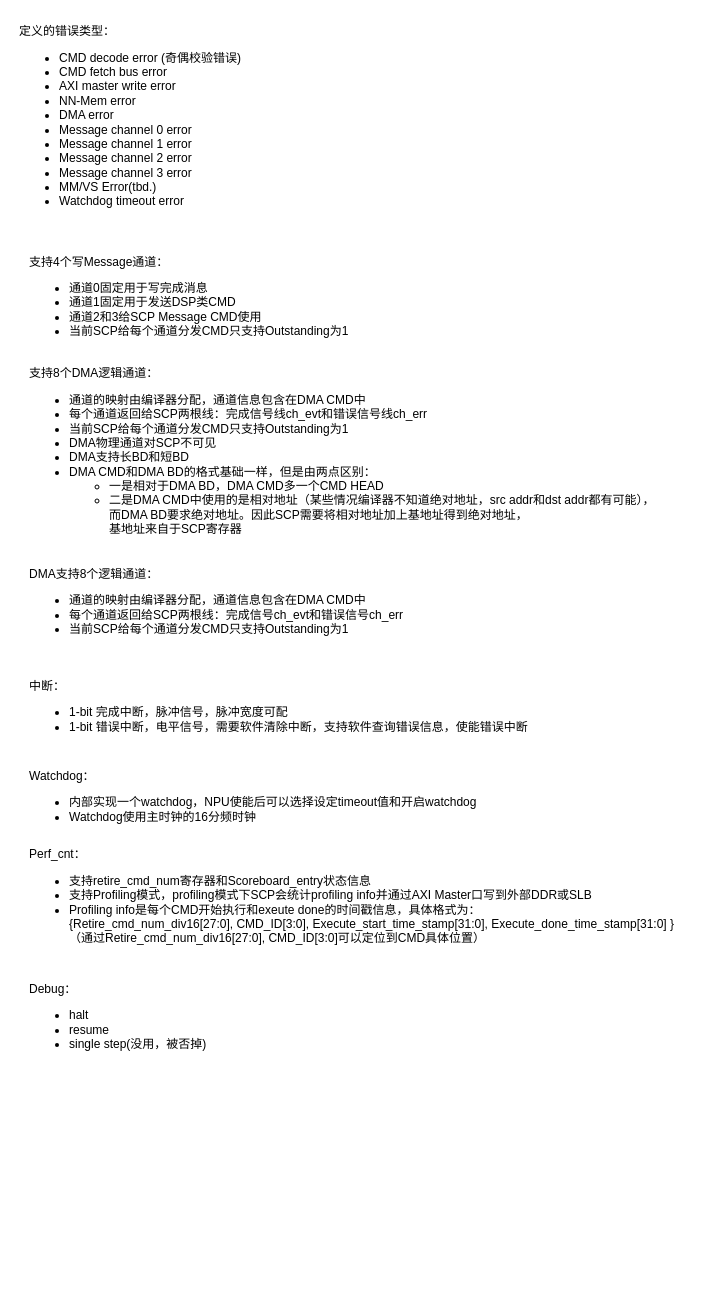
HelmutXie/blake2 keeps this draw.io diagram as page "Error type" (9 of 10) of SCP.drawio. Above is the earlier version. Source tidied: cells renumbered, new cells numbered last; positions are measured from the earlier drawing's top-left corner, leaving out a move shared by most shapes. Both pictures are drawn from the tidied source at 100%, with x=0, y=0 at pixel (17, 17).
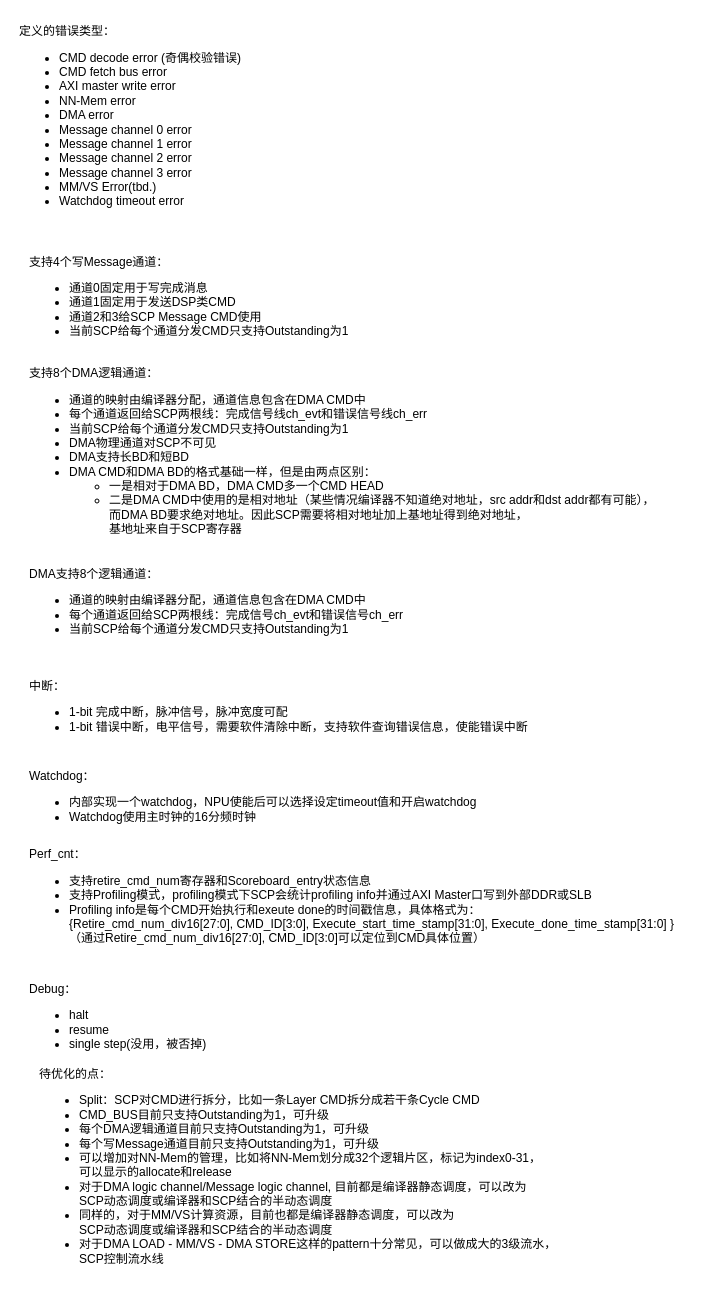
The same page after the edit.

What changed in the source:
```diff
@@
 <mxGraphModel>
   <root>
     <mxCell id="0" />
     <mxCell id="1" parent="0" />
     <mxCell id="2" value="定义的错误类型：&lt;br&gt;&lt;ul&gt;&lt;li&gt;CMD decode error (奇偶校验错误)&lt;/li&gt;&lt;li&gt;CMD fetch bus error&lt;/li&gt;&lt;li&gt;AXI master write error&lt;/li&gt;&lt;li&gt;NN-Mem error&lt;/li&gt;&lt;li&gt;DMA error&lt;/li&gt;&lt;li style=&quot;border-color: var(--border-color);&quot;&gt;Message channel 0 error&lt;/li&gt;&lt;li style=&quot;border-color: var(--border-color);&quot;&gt;Message channel 1 error&lt;/li&gt;&lt;li style=&quot;border-color: var(--border-color);&quot;&gt;Message channel 2 error&lt;/li&gt;&lt;li style=&quot;border-color: var(--border-color);&quot;&gt;Message channel 3 error&lt;/li&gt;&lt;li&gt;MM/VS Error(tbd.)&lt;/li&gt;&lt;li&gt;Watchdog timeout error&lt;/li&gt;&lt;/ul&gt;" style="text;html=1;align=left;verticalAlign=middle;strokeColor=none;fillColor=none;" parent="1" vertex="1">
       <mxGeometry width="250" height="210" as="geometry" />
     </mxCell>
     <mxCell id="3" value="支持4个写Message通道：&lt;br&gt;&lt;ul&gt;&lt;li&gt;通道0固定用于写完成消息&lt;/li&gt;&lt;li&gt;通道1固定用于发送DSP类CMD&lt;/li&gt;&lt;li&gt;通道2和3给SCP Message CMD使用&lt;/li&gt;&lt;li style=&quot;border-color: var(--border-color);&quot;&gt;当前SCP给每个通道分发CMD只支持Outstanding为1&lt;/li&gt;&lt;/ul&gt;" style="text;html=1;align=left;verticalAlign=middle;strokeColor=none;fillColor=none;" parent="1" vertex="1">
       <mxGeometry x="10" y="230" width="340" height="110" as="geometry" />
     </mxCell>
     <mxCell id="4" value="支持8个DMA逻辑通道：&lt;br&gt;&lt;ul&gt;&lt;li&gt;通道的映射由编译器分配，通道信息包含在DMA CMD中&lt;br&gt;&lt;/li&gt;&lt;li&gt;每个通道返回给SCP两根线：完成信号线ch_evt和错误信号线ch_err&lt;/li&gt;&lt;li&gt;当前SCP给每个通道分发CMD只支持Outstanding为1&lt;/li&gt;&lt;li&gt;DMA物理通道对SCP不可见&lt;/li&gt;&lt;li&gt;DMA支持长BD和短BD&lt;/li&gt;&lt;li&gt;DMA CMD和DMA BD的格式基础一样，但是由两点区别：&lt;/li&gt;&lt;ul&gt;&lt;li&gt;一是相对于DMA BD，DMA CMD多一个CMD HEAD&lt;/li&gt;&lt;li&gt;二是DMA CMD中使用的是相对地址（某些情况编译器不知道绝对地址，src addr和dst addr都有可能），&lt;br&gt;而DMA BD要求绝对地址。因此SCP需要将相对地址加上基地址得到绝对地址，&lt;br&gt;基地址来自于SCP寄存器&lt;/li&gt;&lt;/ul&gt;&lt;/ul&gt;" style="text;html=1;align=left;verticalAlign=middle;strokeColor=none;fillColor=none;" parent="1" vertex="1">
       <mxGeometry x="10" y="340" width="650" height="200" as="geometry" />
     </mxCell>
     <mxCell id="5" value="DMA支持8个逻辑通道：&lt;br&gt;&lt;ul&gt;&lt;li&gt;通道的映射由编译器分配，通道信息包含在DMA CMD中&lt;br&gt;&lt;/li&gt;&lt;li&gt;每个通道返回给SCP两根线：完成信号ch_evt和错误信号ch_err&lt;/li&gt;&lt;li&gt;当前SCP给每个通道分发CMD只支持Outstanding为1&lt;/li&gt;&lt;/ul&gt;" style="text;html=1;align=left;verticalAlign=middle;strokeColor=none;fillColor=none;" parent="1" vertex="1">
       <mxGeometry x="10" y="540" width="400" height="100" as="geometry" />
     </mxCell>
     <mxCell id="6" value="中断：&lt;br&gt;&lt;ul&gt;&lt;li&gt;1-bit 完成中断，脉冲信号，脉冲宽度可配&lt;/li&gt;&lt;li&gt;1-bit 错误中断，电平信号，需要软件清除中断，支持软件查询错误信息，使能错误中断&lt;/li&gt;&lt;/ul&gt;" style="text;html=1;align=left;verticalAlign=middle;strokeColor=none;fillColor=none;" parent="1" vertex="1">
       <mxGeometry x="10" y="655" width="520" height="80" as="geometry" />
     </mxCell>
     <mxCell id="7" value="Watchdog：&lt;br&gt;&lt;ul&gt;&lt;li&gt;内部实现一个watchdog，NPU使能后可以选择设定timeout值和开启watchdog&lt;/li&gt;&lt;li&gt;Watchdog使用主时钟的16分频时钟&lt;/li&gt;&lt;/ul&gt;" style="text;html=1;align=left;verticalAlign=middle;strokeColor=none;fillColor=none;" parent="1" vertex="1">
       <mxGeometry x="10" y="745" width="470" height="80" as="geometry" />
     </mxCell>
     <mxCell id="8" value="Perf_cnt：&lt;br&gt;&lt;ul&gt;&lt;li&gt;支持retire_cmd_num寄存器和Scoreboard_entry状态信息&lt;/li&gt;&lt;li&gt;支持Profiling模式，profiling模式下SCP会统计profiling info并通过AXI Master口写到外部DDR或SLB&lt;/li&gt;&lt;li&gt;Profiling info是每个CMD开始执行和exeute done的时间戳信息，具体格式为：&lt;br&gt;{Retire_cmd_num_div16[27:0], CMD_ID[3:0], Execute_start_time_stamp[31:0], Execute_done_time_stamp[31:0] }&lt;br&gt;（通过Retire_cmd_num_div16[27:0], CMD_ID[3:0]可以定位到CMD具体位置）&lt;/li&gt;&lt;/ul&gt;" style="text;html=1;align=left;verticalAlign=middle;strokeColor=none;fillColor=none;" parent="1" vertex="1">
       <mxGeometry x="10" y="825" width="670" height="120" as="geometry" />
     </mxCell>
     <mxCell id="9" value="Debug：&lt;br&gt;&lt;ul&gt;&lt;li&gt;halt&lt;/li&gt;&lt;li&gt;resume&lt;/li&gt;&lt;li&gt;single step(没用，被否掉)&lt;/li&gt;&lt;/ul&gt;" style="text;html=1;align=left;verticalAlign=middle;strokeColor=none;fillColor=none;" parent="1" vertex="1">
       <mxGeometry x="10" y="955" width="200" height="100" as="geometry" />
     </mxCell>
+    <mxCell id="10" value="待优化的点：&lt;br&gt;&lt;ul&gt;&lt;li&gt;Split：SCP对CMD进行拆分，比如一条Layer CMD拆分成若干条Cycle CMD&lt;/li&gt;&lt;li&gt;CMD_BUS目前只支持Outstanding为1，可升级&lt;/li&gt;&lt;li&gt;每个DMA逻辑通道目前只支持Outstanding为1，可升级&lt;/li&gt;&lt;li&gt;每个写Message通道目前只支持Outstanding为1，可升级&lt;/li&gt;&lt;li&gt;可以增加对NN-Mem的管理，比如将NN-Mem划分成32个逻辑片区，标记为index0-31，&lt;br&gt;可以显示的allocate和release&lt;/li&gt;&lt;li&gt;对于DMA logic channel/Message logic channel, 目前都是编译器静态调度，可以改为&lt;br&gt;SCP动态调度或编译器和SCP结合的半动态调度&lt;/li&gt;&lt;li&gt;同样的，对于MM/VS计算资源，目前也都是编译器静态调度，可以改为&lt;br style=&quot;border-color: var(--border-color);&quot;&gt;SCP动态调度或编译器和SCP结合的半动态调度&lt;/li&gt;&lt;li&gt;对于DMA LOAD - MM/VS - DMA STORE这样的pattern十分常见，可以做成大的3级流水，&lt;br&gt;SCP控制流水线&lt;/li&gt;&lt;/ul&gt;" style="text;html=1;align=left;verticalAlign=middle;strokeColor=none;fillColor=none;" parent="1" vertex="1">
+      <mxGeometry x="20" y="1045" width="540" height="220" as="geometry" />
+    </mxCell>
   </root>
 </mxGraphModel>
```
